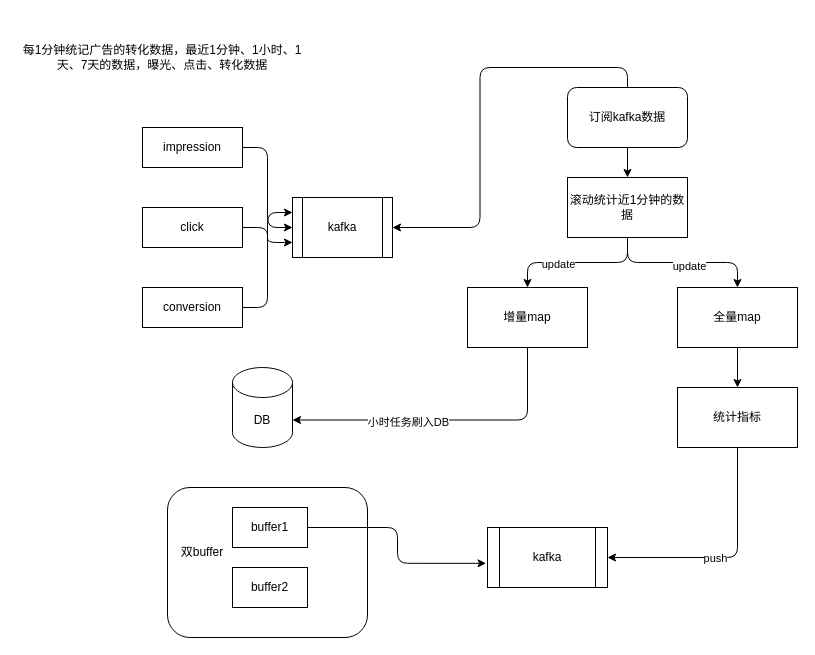
This is page "实时数据流" (2 of 2) of source/diagrams/ads.drawio from wxquare/wxquare.github.io, a draw.io file, before an edit. Source tidied: cells renumbered, new cells numbered last; positions are measured from the earlier drawing's top-left corner, leaving out a move shared by most shapes. Both pictures are drawn from the tidied source at 100%, with x=0, y=0 at pixel (17, 27).
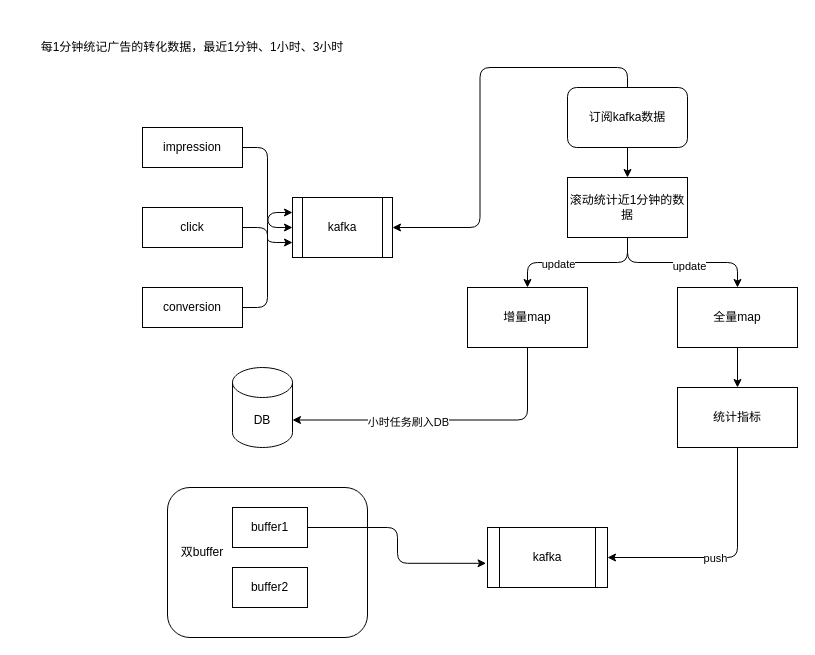
Above is the later version.

The edit, as a diff of the source:
```diff
@@
-    <mxCell id="10" value="每1分钟统记广告的转化数据，最近1分钟、1小时、1天、7天的数据，曝光、点击、转化数据" style="text;html=1;strokeColor=none;fillColor=none;align=center;verticalAlign=middle;whiteSpace=wrap;rounded=0;" parent="1" vertex="1">
-      <mxGeometry width="290" height="60" as="geometry" />
+    <mxCell id="10" value="每1分钟统记广告的转化数据，最近1分钟、1小时、3小时" style="text;html=1;strokeColor=none;fillColor=none;align=center;verticalAlign=middle;whiteSpace=wrap;rounded=0;" parent="1" vertex="1">
+      <mxGeometry x="5" y="-10" width="340" height="60" as="geometry" />
     </mxCell>
```
